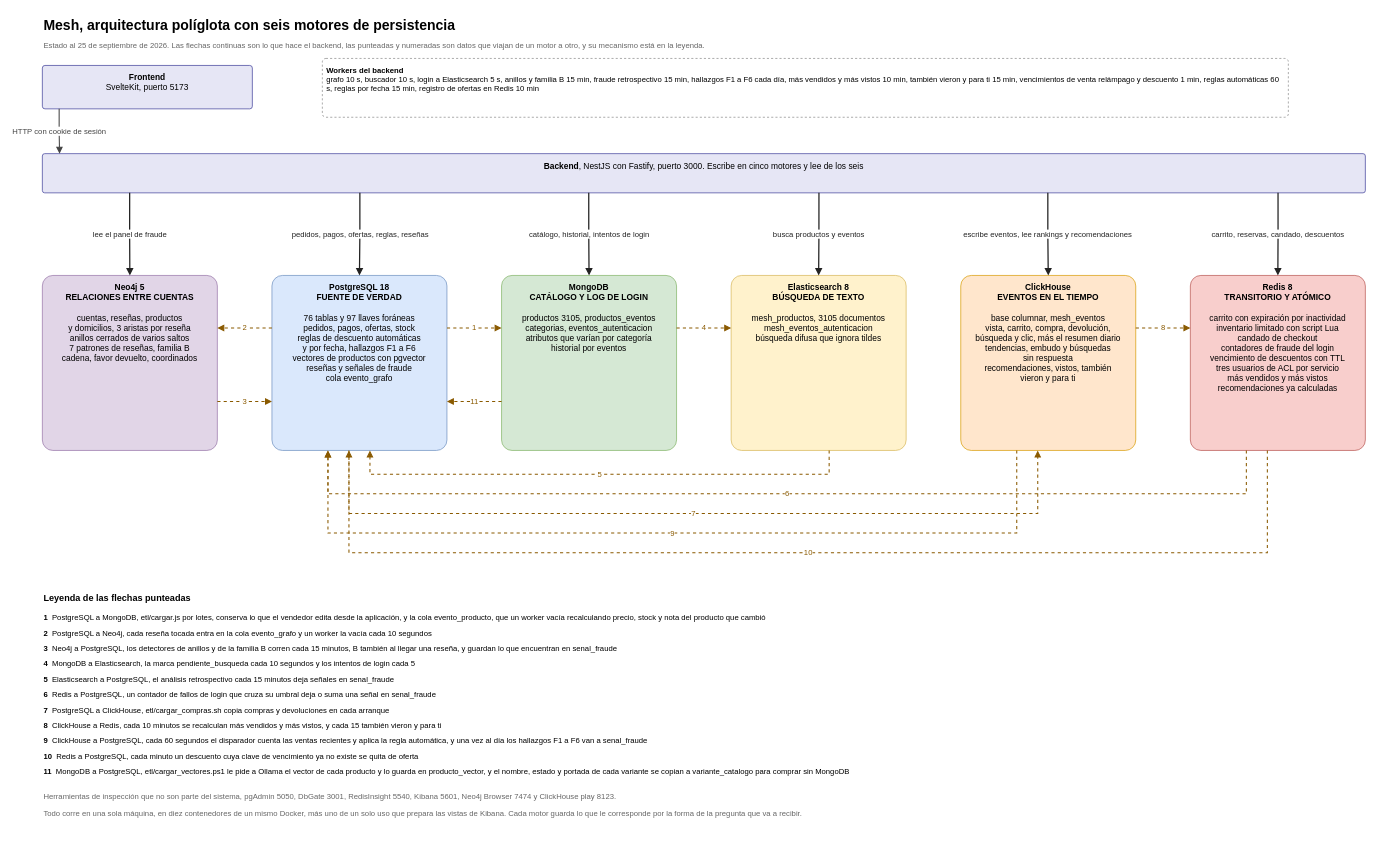
The draw.io diagram docs/diagrama-arquitectura.drawio in pinedahuella/Proyecto-Tienda-Base-Datos-2, before the edit. Source tidied: cells renumbered, new cells numbered last; positions are measured from the earlier drawing's top-left corner, leaving out a move shared by most shapes. Both pictures are drawn from the tidied source at 70%, with x=0, y=0 at pixel (42, 12).
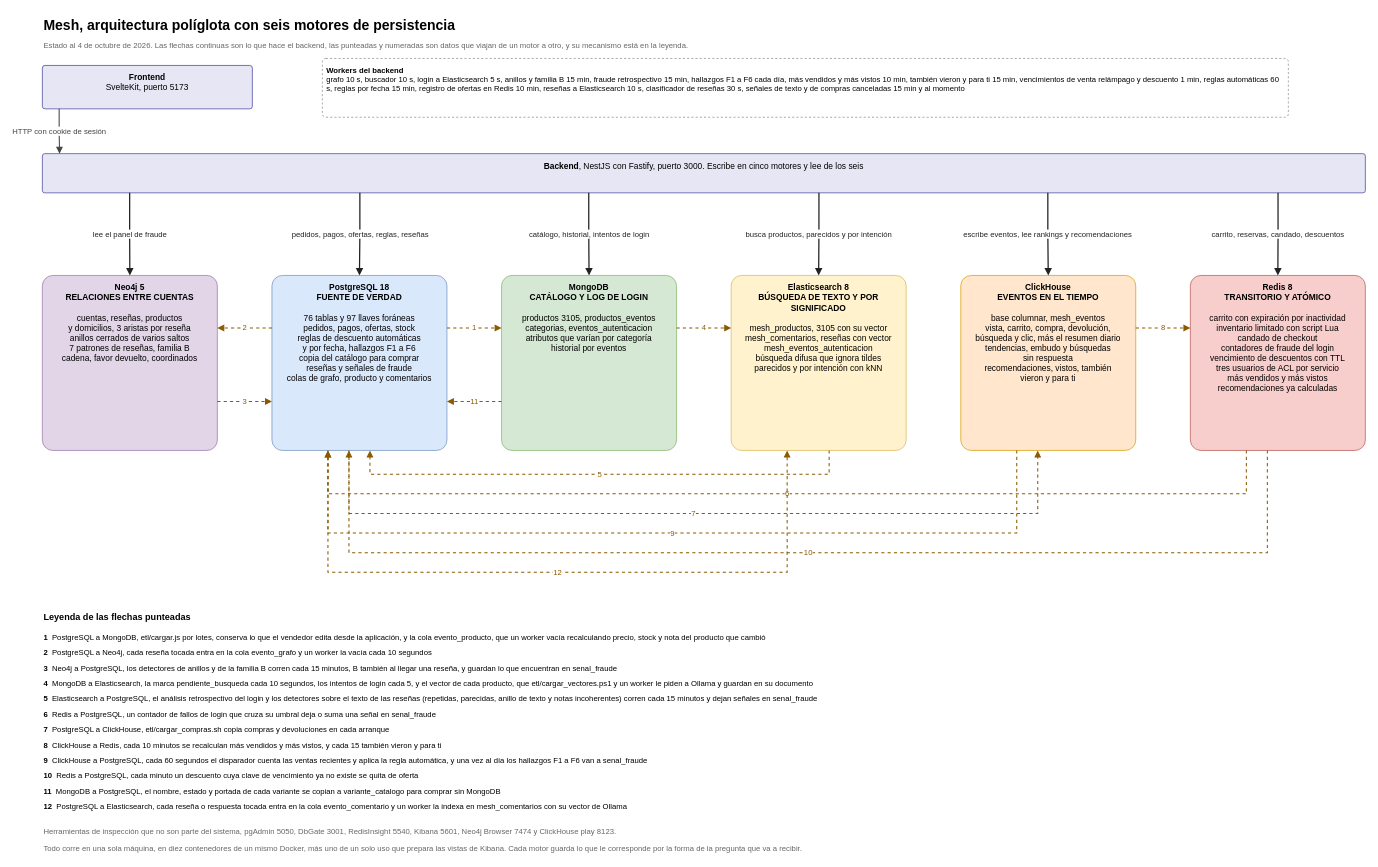
The same diagram, later.

Unchanged cells that the change refers to:
```xml
<mxCell id="6" value="&lt;b&gt;Backend&lt;/b&gt;, NestJS con Fastify, puerto 3000. Escribe en cinco motores y lee de los seis" style="rounded=1;arcSize=6;whiteSpace=wrap;html=1;fillColor=#E6E6F5;strokeColor=#3D3D99;fontSize=12;align=center;verticalAlign=top;spacing=6;" parent="1" vertex="1">
  <mxGeometry y="202" width="1890" height="56" as="geometry" />
</mxCell>
```

Change to the diagram source:
```diff
@@
-    <mxCell id="3" value="Estado al 25 de septiembre de 2026. Las flechas continuas son lo que hace el backend, las punteadas y numeradas son datos que viajan de un motor a otro, y su mecanismo está en la leyenda." style="text;html=1;strokeColor=none;fillColor=none;align=left;verticalAlign=top;whiteSpace=wrap;fontSize=11;fontColor=#666666;" parent="1" vertex="1">
+    <mxCell id="3" value="Estado al 4 de octubre de 2026. Las flechas continuas son lo que hace el backend, las punteadas y numeradas son datos que viajan de un motor a otro, y su mecanismo está en la leyenda." style="text;html=1;strokeColor=none;fillColor=none;align=left;verticalAlign=top;whiteSpace=wrap;fontSize=11;fontColor=#666666;" parent="1" vertex="1">
       <mxGeometry y="34" width="1700" height="24" as="geometry" />
     </mxCell>
@@
-    <mxCell id="5" value="&lt;b&gt;Workers del backend&lt;/b&gt;&lt;br&gt;grafo 10 s, buscador 10 s, login a Elasticsearch 5 s, anillos y familia B 15 min, fraude retrospectivo 15 min, hallazgos F1 a F6 cada día, más vendidos y más vistos 10 min, también vieron y para ti 15 min, vencimientos de venta relámpago y descuento 1 min, reglas automáticas 60 s, reglas por fecha 15 min, registro de ofertas en Redis 10 min" style="rounded=1;arcSize=6;whiteSpace=wrap;html=1;fillColor=#FFFFFF;strokeColor=#888888;fontSize=11;align=left;verticalAlign=top;spacing=6;dashed=1;" parent="1" vertex="1">
+    <mxCell id="5" value="&lt;b&gt;Workers del backend&lt;/b&gt;&lt;br&gt;grafo 10 s, buscador 10 s, login a Elasticsearch 5 s, anillos y familia B 15 min, fraude retrospectivo 15 min, hallazgos F1 a F6 cada día, más vendidos y más vistos 10 min, también vieron y para ti 15 min, vencimientos de venta relámpago y descuento 1 min, reglas automáticas 60 s, reglas por fecha 15 min, registro de ofertas en Redis 10 min, reseñas a Elasticsearch 10 s, clasificador de reseñas 30 s, señales de texto y de compras canceladas 15 min y al momento" style="rounded=1;arcSize=6;whiteSpace=wrap;html=1;fillColor=#FFFFFF;strokeColor=#888888;fontSize=11;align=left;verticalAlign=top;spacing=6;dashed=1;" parent="1" vertex="1">
       <mxGeometry x="400" y="66" width="1380" height="84" as="geometry" />
     </mxCell>
@@
-    <mxCell id="10" value="&lt;b&gt;PostgreSQL 18&lt;/b&gt;&lt;br&gt;&lt;b&gt;FUENTE DE VERDAD&lt;/b&gt;&lt;br&gt;&lt;br&gt;76 tablas y 97 llaves foráneas&lt;br&gt;pedidos, pagos, ofertas, stock&lt;br&gt;reglas de descuento automáticas&lt;br&gt;y por fecha, hallazgos F1 a F6&lt;br&gt;vectores de productos con pgvector&lt;br&gt;reseñas y señales de fraude&lt;br&gt;cola evento_grafo" style="rounded=1;arcSize=6;whiteSpace=wrap;html=1;fillColor=#DAE8FC;strokeColor=#6C8EBF;fontSize=12;align=center;verticalAlign=top;spacing=6;" parent="1" vertex="1">
+    <mxCell id="10" value="&lt;b&gt;PostgreSQL 18&lt;/b&gt;&lt;br&gt;&lt;b&gt;FUENTE DE VERDAD&lt;/b&gt;&lt;br&gt;&lt;br&gt;76 tablas y 97 llaves foráneas&lt;br&gt;pedidos, pagos, ofertas, stock&lt;br&gt;reglas de descuento automáticas&lt;br&gt;y por fecha, hallazgos F1 a F6&lt;br&gt;copia del catálogo para comprar&lt;br&gt;reseñas y señales de fraude&lt;br&gt;colas de grafo, producto y comentarios" style="rounded=1;arcSize=6;whiteSpace=wrap;html=1;fillColor=#DAE8FC;strokeColor=#6C8EBF;fontSize=12;align=center;verticalAlign=top;spacing=6;" parent="1" vertex="1">
       <mxGeometry x="328" y="376" width="250" height="250" as="geometry" />
     </mxCell>
@@
-    <mxCell id="14" value="&lt;b&gt;Elasticsearch 8&lt;/b&gt;&lt;br&gt;&lt;b&gt;BÚSQUEDA DE TEXTO&lt;/b&gt;&lt;br&gt;&lt;br&gt;mesh_productos, 3105 documentos&lt;br&gt;mesh_eventos_autenticacion&lt;br&gt;búsqueda difusa que ignora tildes" style="rounded=1;arcSize=6;whiteSpace=wrap;html=1;fillColor=#FFF2CC;strokeColor=#D6B656;fontSize=12;align=center;verticalAlign=top;spacing=6;" parent="1" vertex="1">
+    <mxCell id="14" value="&lt;b&gt;Elasticsearch 8&lt;/b&gt;&lt;br&gt;&lt;b&gt;BÚSQUEDA DE TEXTO Y POR SIGNIFICADO&lt;/b&gt;&lt;br&gt;&lt;br&gt;mesh_productos, 3105 con su vector&lt;br&gt;mesh_comentarios, reseñas con vector&lt;br&gt;mesh_eventos_autenticacion&lt;br&gt;búsqueda difusa que ignora tildes&lt;br&gt;parecidos y por intención con kNN" style="rounded=1;arcSize=6;whiteSpace=wrap;html=1;fillColor=#FFF2CC;strokeColor=#D6B656;fontSize=12;align=center;verticalAlign=top;spacing=6;" parent="1" vertex="1">
       <mxGeometry x="984" y="376" width="250" height="250" as="geometry" />
     </mxCell>
-    <mxCell id="15" value="busca productos y eventos" style="edgeStyle=orthogonalEdgeStyle;rounded=0;html=1;endArrow=block;endFill=1;strokeColor=#222222;strokeWidth=1.8;fontSize=11;fontColor=#222222;exitX=0.587;exitY=1.000;exitDx=0;exitDy=0;entryX=0.500;entryY=0.000;entryDx=0;entryDy=0;labelBackgroundColor=#FFFFFF;" parent="1" edge="1" source="6" target="14">
+    <mxCell id="15" value="busca productos, parecidos y por intención" style="edgeStyle=orthogonalEdgeStyle;rounded=0;html=1;endArrow=block;endFill=1;strokeColor=#222222;strokeWidth=1.8;fontSize=11;fontColor=#222222;exitX=0.587;exitY=1.000;exitDx=0;exitDy=0;entryX=0.500;entryY=0.000;entryDx=0;entryDy=0;labelBackgroundColor=#FFFFFF;" parent="1" edge="1" source="6" target="14">
       <mxGeometry relative="1" as="geometry" />
     </mxCell>
@@
-    <mxCell id="31" value="Leyenda de las flechas punteadas" style="text;html=1;strokeColor=none;fillColor=none;align=left;verticalAlign=top;whiteSpace=wrap;fontSize=13;fontStyle=1;" parent="1" vertex="1">
-      <mxGeometry y="822" width="800" height="24" as="geometry" />
-    </mxCell>
+    <mxCell id="45" value="12" style="edgeStyle=orthogonalEdgeStyle;rounded=0;html=1;endArrow=block;endFill=1;strokeColor=#8A5A00;strokeWidth=1.5;fontSize=11;fontColor=#8A5A00;dashed=1;exitX=0.320;exitY=1.000;exitDx=0;exitDy=0;entryX=0.320;entryY=1.000;entryDx=0;entryDy=0;labelBackgroundColor=#FFFFFF;" parent="1" edge="1" source="10" target="14">
+      <mxGeometry relative="1" as="geometry">
+        <Array as="points">
+          <mxPoint x="408" y="800" />
+          <mxPoint x="1064" y="800" />
+        </Array>
+      </mxGeometry>
+    </mxCell>
-    <mxCell id="32" value="&lt;b&gt;1&lt;/b&gt;&amp;nbsp;&amp;nbsp;PostgreSQL a MongoDB, etl/cargar.js por lotes, conserva lo que el vendedor edita desde la aplicación, y la cola evento_producto, que un worker vacía recalculando precio, stock y nota del producto que cambió" style="text;html=1;strokeColor=none;fillColor=none;align=left;verticalAlign=top;whiteSpace=wrap;fontSize=11;" parent="1" vertex="1">
-      <mxGeometry y="852" width="1800" height="22" as="geometry" />
+    <mxCell id="32" value="Leyenda de las flechas punteadas" style="text;html=1;strokeColor=none;fillColor=none;align=left;verticalAlign=top;whiteSpace=wrap;fontSize=13;fontStyle=1;" parent="1" vertex="1">
+      <mxGeometry y="850" width="800" height="24" as="geometry" />
     </mxCell>
-    <mxCell id="33" value="&lt;b&gt;2&lt;/b&gt;&amp;nbsp;&amp;nbsp;PostgreSQL a Neo4j, cada reseña tocada entra en la cola evento_grafo y un worker la vacía cada 10 segundos" style="text;html=1;strokeColor=none;fillColor=none;align=left;verticalAlign=top;whiteSpace=wrap;fontSize=11;" parent="1" vertex="1">
-      <mxGeometry y="874" width="1800" height="22" as="geometry" />
+    <mxCell id="33" value="&lt;b&gt;1&lt;/b&gt;&amp;nbsp;&amp;nbsp;PostgreSQL a MongoDB, etl/cargar.js por lotes, conserva lo que el vendedor edita desde la aplicación, y la cola evento_producto, que un worker vacía recalculando precio, stock y nota del producto que cambió" style="text;html=1;strokeColor=none;fillColor=none;align=left;verticalAlign=top;whiteSpace=wrap;fontSize=11;" parent="1" vertex="1">
+      <mxGeometry y="880" width="1800" height="22" as="geometry" />
     </mxCell>
-    <mxCell id="34" value="&lt;b&gt;3&lt;/b&gt;&amp;nbsp;&amp;nbsp;Neo4j a PostgreSQL, los detectores de anillos y de la familia B corren cada 15 minutos, B también al llegar una reseña, y guardan lo que encuentran en senal_fraude" style="text;html=1;strokeColor=none;fillColor=none;align=left;verticalAlign=top;whiteSpace=wrap;fontSize=11;" parent="1" vertex="1">
-      <mxGeometry y="896" width="1800" height="22" as="geometry" />
+    <mxCell id="34" value="&lt;b&gt;2&lt;/b&gt;&amp;nbsp;&amp;nbsp;PostgreSQL a Neo4j, cada reseña tocada entra en la cola evento_grafo y un worker la vacía cada 10 segundos" style="text;html=1;strokeColor=none;fillColor=none;align=left;verticalAlign=top;whiteSpace=wrap;fontSize=11;" parent="1" vertex="1">
+      <mxGeometry y="902" width="1800" height="22" as="geometry" />
     </mxCell>
-    <mxCell id="35" value="&lt;b&gt;4&lt;/b&gt;&amp;nbsp;&amp;nbsp;MongoDB a Elasticsearch, la marca pendiente_busqueda cada 10 segundos y los intentos de login cada 5" style="text;html=1;strokeColor=none;fillColor=none;align=left;verticalAlign=top;whiteSpace=wrap;fontSize=11;" parent="1" vertex="1">
-      <mxGeometry y="918" width="1800" height="22" as="geometry" />
+    <mxCell id="35" value="&lt;b&gt;3&lt;/b&gt;&amp;nbsp;&amp;nbsp;Neo4j a PostgreSQL, los detectores de anillos y de la familia B corren cada 15 minutos, B también al llegar una reseña, y guardan lo que encuentran en senal_fraude" style="text;html=1;strokeColor=none;fillColor=none;align=left;verticalAlign=top;whiteSpace=wrap;fontSize=11;" parent="1" vertex="1">
+      <mxGeometry y="924" width="1800" height="22" as="geometry" />
     </mxCell>
-    <mxCell id="36" value="&lt;b&gt;5&lt;/b&gt;&amp;nbsp;&amp;nbsp;Elasticsearch a PostgreSQL, el análisis retrospectivo cada 15 minutos deja señales en senal_fraude" style="text;html=1;strokeColor=none;fillColor=none;align=left;verticalAlign=top;whiteSpace=wrap;fontSize=11;" parent="1" vertex="1">
-      <mxGeometry y="940" width="1800" height="22" as="geometry" />
+    <mxCell id="36" value="&lt;b&gt;4&lt;/b&gt;&amp;nbsp;&amp;nbsp;MongoDB a Elasticsearch, la marca pendiente_busqueda cada 10 segundos, los intentos de login cada 5, y el vector de cada producto, que etl/cargar_vectores.ps1 y un worker le piden a Ollama y guardan en su documento" style="text;html=1;strokeColor=none;fillColor=none;align=left;verticalAlign=top;whiteSpace=wrap;fontSize=11;" parent="1" vertex="1">
+      <mxGeometry y="946" width="1800" height="22" as="geometry" />
     </mxCell>
-    <mxCell id="37" value="&lt;b&gt;6&lt;/b&gt;&amp;nbsp;&amp;nbsp;Redis a PostgreSQL, un contador de fallos de login que cruza su umbral deja o suma una señal en senal_fraude" style="text;html=1;strokeColor=none;fillColor=none;align=left;verticalAlign=top;whiteSpace=wrap;fontSize=11;" parent="1" vertex="1">
-      <mxGeometry y="962" width="1800" height="22" as="geometry" />
+    <mxCell id="37" value="&lt;b&gt;5&lt;/b&gt;&amp;nbsp;&amp;nbsp;Elasticsearch a PostgreSQL, el análisis retrospectivo del login y los detectores sobre el texto de las reseñas (repetidas, parecidas, anillo de texto y notas incoherentes) corren cada 15 minutos y dejan señales en senal_fraude" style="text;html=1;strokeColor=none;fillColor=none;align=left;verticalAlign=top;whiteSpace=wrap;fontSize=11;" parent="1" vertex="1">
+      <mxGeometry y="968" width="1800" height="22" as="geometry" />
     </mxCell>
-    <mxCell id="38" value="&lt;b&gt;7&lt;/b&gt;&amp;nbsp;&amp;nbsp;PostgreSQL a ClickHouse, etl/cargar_compras.sh copia compras y devoluciones en cada arranque" style="text;html=1;strokeColor=none;fillColor=none;align=left;verticalAlign=top;whiteSpace=wrap;fontSize=11;" parent="1" vertex="1">
-      <mxGeometry y="984" width="1800" height="22" as="geometry" />
+    <mxCell id="38" value="&lt;b&gt;6&lt;/b&gt;&amp;nbsp;&amp;nbsp;Redis a PostgreSQL, un contador de fallos de login que cruza su umbral deja o suma una señal en senal_fraude" style="text;html=1;strokeColor=none;fillColor=none;align=left;verticalAlign=top;whiteSpace=wrap;fontSize=11;" parent="1" vertex="1">
+      <mxGeometry y="990" width="1800" height="22" as="geometry" />
     </mxCell>
-    <mxCell id="39" value="&lt;b&gt;8&lt;/b&gt;&amp;nbsp;&amp;nbsp;ClickHouse a Redis, cada 10 minutos se recalculan más vendidos y más vistos, y cada 15 también vieron y para ti" style="text;html=1;strokeColor=none;fillColor=none;align=left;verticalAlign=top;whiteSpace=wrap;fontSize=11;" parent="1" vertex="1">
-      <mxGeometry y="1006" width="1800" height="22" as="geometry" />
+    <mxCell id="39" value="&lt;b&gt;7&lt;/b&gt;&amp;nbsp;&amp;nbsp;PostgreSQL a ClickHouse, etl/cargar_compras.sh copia compras y devoluciones en cada arranque" style="text;html=1;strokeColor=none;fillColor=none;align=left;verticalAlign=top;whiteSpace=wrap;fontSize=11;" parent="1" vertex="1">
+      <mxGeometry y="1012" width="1800" height="22" as="geometry" />
     </mxCell>
-    <mxCell id="40" value="&lt;b&gt;9&lt;/b&gt;&amp;nbsp;&amp;nbsp;ClickHouse a PostgreSQL, cada 60 segundos el disparador cuenta las ventas recientes y aplica la regla automática, y una vez al día los hallazgos F1 a F6 van a senal_fraude" style="text;html=1;strokeColor=none;fillColor=none;align=left;verticalAlign=top;whiteSpace=wrap;fontSize=11;" parent="1" vertex="1">
-      <mxGeometry y="1028" width="1800" height="22" as="geometry" />
+    <mxCell id="40" value="&lt;b&gt;8&lt;/b&gt;&amp;nbsp;&amp;nbsp;ClickHouse a Redis, cada 10 minutos se recalculan más vendidos y más vistos, y cada 15 también vieron y para ti" style="text;html=1;strokeColor=none;fillColor=none;align=left;verticalAlign=top;whiteSpace=wrap;fontSize=11;" parent="1" vertex="1">
+      <mxGeometry y="1034" width="1800" height="22" as="geometry" />
     </mxCell>
-    <mxCell id="41" value="&lt;b&gt;10&lt;/b&gt;&amp;nbsp;&amp;nbsp;Redis a PostgreSQL, cada minuto un descuento cuya clave de vencimiento ya no existe se quita de oferta" style="text;html=1;strokeColor=none;fillColor=none;align=left;verticalAlign=top;whiteSpace=wrap;fontSize=11;" parent="1" vertex="1">
-      <mxGeometry y="1050" width="1800" height="22" as="geometry" />
+    <mxCell id="41" value="&lt;b&gt;9&lt;/b&gt;&amp;nbsp;&amp;nbsp;ClickHouse a PostgreSQL, cada 60 segundos el disparador cuenta las ventas recientes y aplica la regla automática, y una vez al día los hallazgos F1 a F6 van a senal_fraude" style="text;html=1;strokeColor=none;fillColor=none;align=left;verticalAlign=top;whiteSpace=wrap;fontSize=11;" parent="1" vertex="1">
+      <mxGeometry y="1056" width="1800" height="22" as="geometry" />
     </mxCell>
-    <mxCell id="42" value="&lt;b&gt;11&lt;/b&gt;&amp;nbsp;&amp;nbsp;MongoDB a PostgreSQL, etl/cargar_vectores.ps1 le pide a Ollama el vector de cada producto y lo guarda en producto_vector, y el nombre, estado y portada de cada variante se copian a variante_catalogo para comprar sin MongoDB" style="text;html=1;strokeColor=none;fillColor=none;align=left;verticalAlign=top;whiteSpace=wrap;fontSize=11;" parent="1" vertex="1">
-      <mxGeometry y="1072" width="1800" height="22" as="geometry" />
+    <mxCell id="42" value="&lt;b&gt;10&lt;/b&gt;&amp;nbsp;&amp;nbsp;Redis a PostgreSQL, cada minuto un descuento cuya clave de vencimiento ya no existe se quita de oferta" style="text;html=1;strokeColor=none;fillColor=none;align=left;verticalAlign=top;whiteSpace=wrap;fontSize=11;" parent="1" vertex="1">
+      <mxGeometry y="1078" width="1800" height="22" as="geometry" />
     </mxCell>
-    <mxCell id="43" value="Herramientas de inspección que no son parte del sistema, pgAdmin 5050, DbGate 3001, RedisInsight 5540, Kibana 5601, Neo4j Browser 7474 y ClickHouse play 8123." style="text;html=1;strokeColor=none;fillColor=none;align=left;verticalAlign=top;whiteSpace=wrap;fontSize=11;fontColor=#666666;" parent="1" vertex="1">
-      <mxGeometry y="1108" width="1800" height="22" as="geometry" />
+    <mxCell id="43" value="&lt;b&gt;11&lt;/b&gt;&amp;nbsp;&amp;nbsp;MongoDB a PostgreSQL, el nombre, estado y portada de cada variante se copian a variante_catalogo para comprar sin MongoDB" style="text;html=1;strokeColor=none;fillColor=none;align=left;verticalAlign=top;whiteSpace=wrap;fontSize=11;" parent="1" vertex="1">
+      <mxGeometry y="1100" width="1800" height="22" as="geometry" />
     </mxCell>
-    <mxCell id="44" value="Todo corre en una sola máquina, en diez contenedores de un mismo Docker, más uno de un solo uso que prepara las vistas de Kibana. Cada motor guarda lo que le corresponde por la forma de la pregunta que va a recibir." style="text;html=1;strokeColor=none;fillColor=none;align=left;verticalAlign=top;whiteSpace=wrap;fontSize=11;fontColor=#666666;" parent="1" vertex="1">
-      <mxGeometry y="1132" width="1800" height="22" as="geometry" />
+    <mxCell id="44" value="&lt;b&gt;12&lt;/b&gt;&amp;nbsp;&amp;nbsp;PostgreSQL a Elasticsearch, cada reseña o respuesta tocada entra en la cola evento_comentario y un worker la indexa en mesh_comentarios con su vector de Ollama" style="text;html=1;strokeColor=none;fillColor=none;align=left;verticalAlign=top;whiteSpace=wrap;fontSize=11;" parent="1" vertex="1">
+      <mxGeometry y="1122" width="1800" height="22" as="geometry" />
     </mxCell>
+    <mxCell id="46" value="Herramientas de inspección que no son parte del sistema, pgAdmin 5050, DbGate 3001, RedisInsight 5540, Kibana 5601, Neo4j Browser 7474 y ClickHouse play 8123." style="text;html=1;strokeColor=none;fillColor=none;align=left;verticalAlign=top;whiteSpace=wrap;fontSize=11;fontColor=#666666;" parent="1" vertex="1">
+      <mxGeometry y="1158" width="1800" height="22" as="geometry" />
+    </mxCell>
+    <mxCell id="47" value="Todo corre en una sola máquina, en diez contenedores de un mismo Docker, más uno de un solo uso que prepara las vistas de Kibana. Cada motor guarda lo que le corresponde por la forma de la pregunta que va a recibir." style="text;html=1;strokeColor=none;fillColor=none;align=left;verticalAlign=top;whiteSpace=wrap;fontSize=11;fontColor=#666666;" parent="1" vertex="1">
+      <mxGeometry y="1182" width="1800" height="22" as="geometry" />
+    </mxCell>
```
